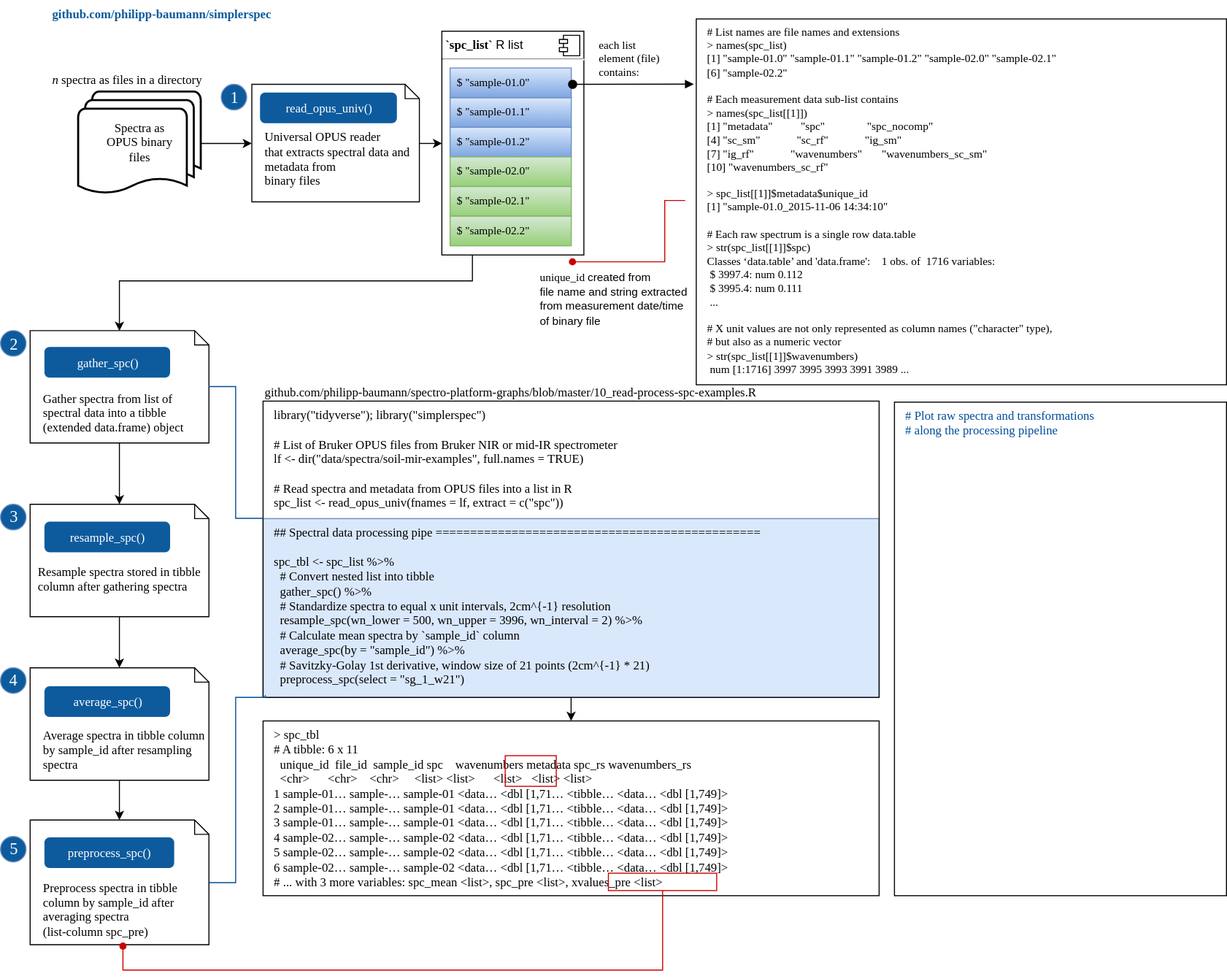
Above: simplerspec-read-proc-tibble.svg in philipp-baumann/spectro-platform-graphs (draw.io), before the change. Source tidied: cells renumbered, new cells last; positions are measured from the earlier drawing's top-left corner, leaving out a move shared by most shapes.
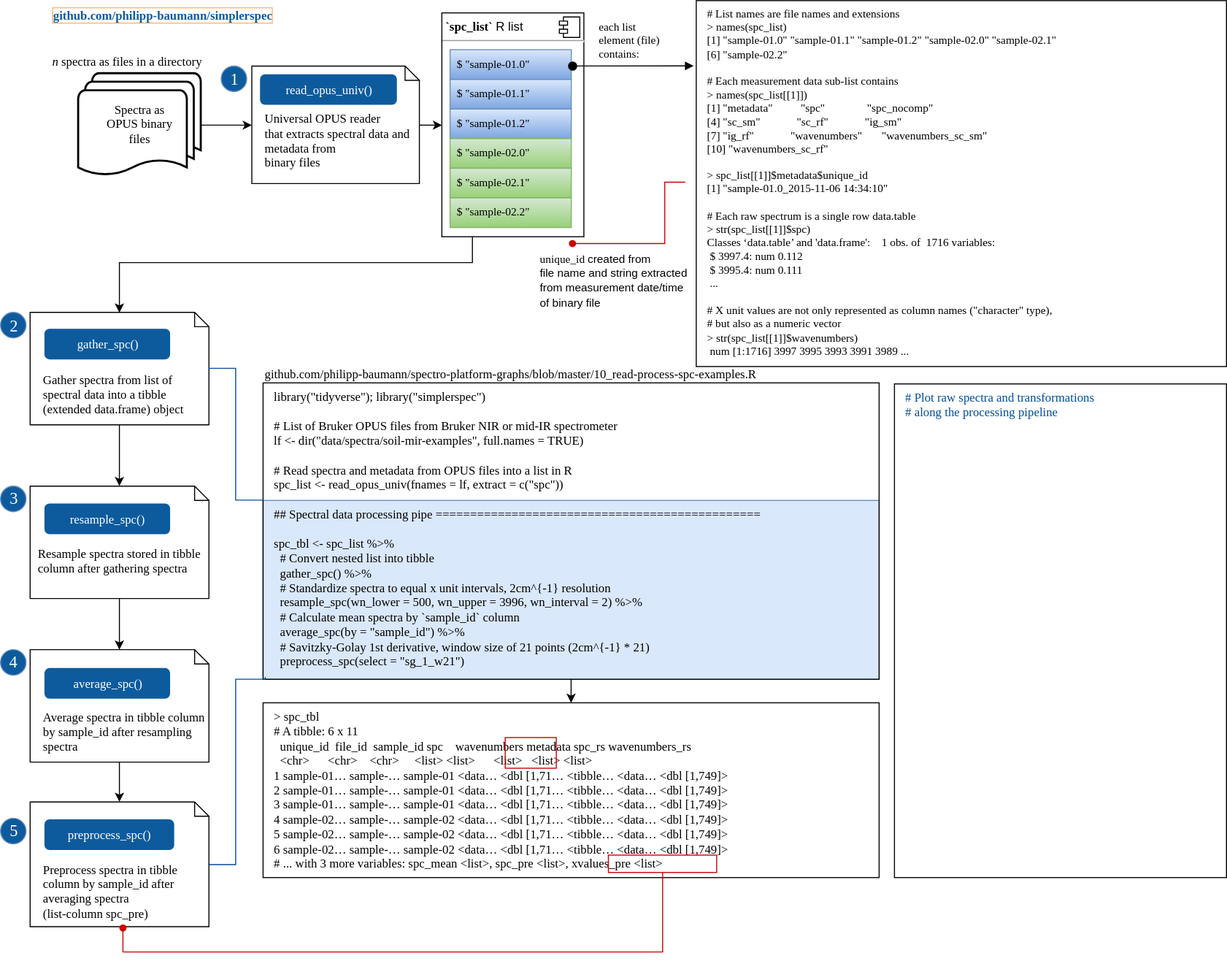
The same file after the commit.

What changed in the source:
```diff
@@ -185,8 +185,8 @@
         </Array>
       </mxGeometry>
     </mxCell>
-    <mxCell id="49" value="&lt;b&gt;&lt;font color=&quot;#0D5B9D&quot;&gt;github.com/philipp-baumann/simplerspec&lt;/font&gt;&lt;/b&gt;" style="text;html=1;fontFamily=Fira Code;" parent="1" vertex="1">
-      <mxGeometry x="49" width="240" height="30" as="geometry" />
+    <mxCell id="49" value="&lt;b&gt;&lt;font color=&quot;#0D5B9D&quot;&gt;github.com/philipp-baumann/simplerspec&lt;/font&gt;&lt;/b&gt;" style="text;html=1;fontFamily=Fira Code;labelBackgroundColor=none;labelBorderColor=#FFB570;" parent="1" vertex="1">
+      <mxGeometry x="49" y="18" width="240" height="30" as="geometry" />
     </mxCell>
     <mxCell id="50" value="github.com/philipp-baumann/spectro-platform-graphs/blob/master/10_read-process-spc-examples.R" style="text;html=1;fontFamily=Fira Code;" parent="1" vertex="1">
       <mxGeometry x="257" y="370" width="240" height="30" as="geometry" />
```
